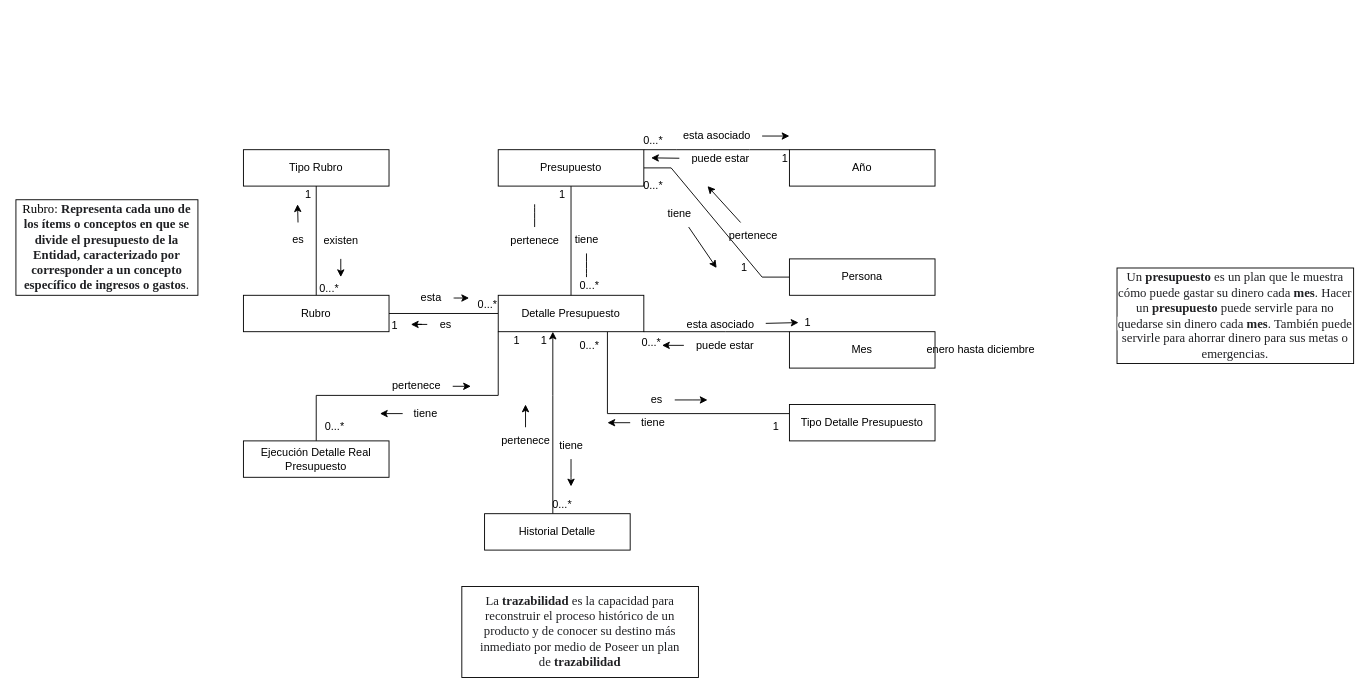
Before: Clase/Modelo de dominio/Modelo de dominio anemico/Modelo de dominio anemico (2).drawio in DOOPan2022/Presupuesto, a draw.io diagram. Source tidied: cells renumbered, new cells numbered last; positions are measured from the earlier drawing's top-left corner, leaving out a move shared by most shapes. Both pictures are drawn from the tidied source at 91%, with x=0, y=0 at pixel (15, 122).
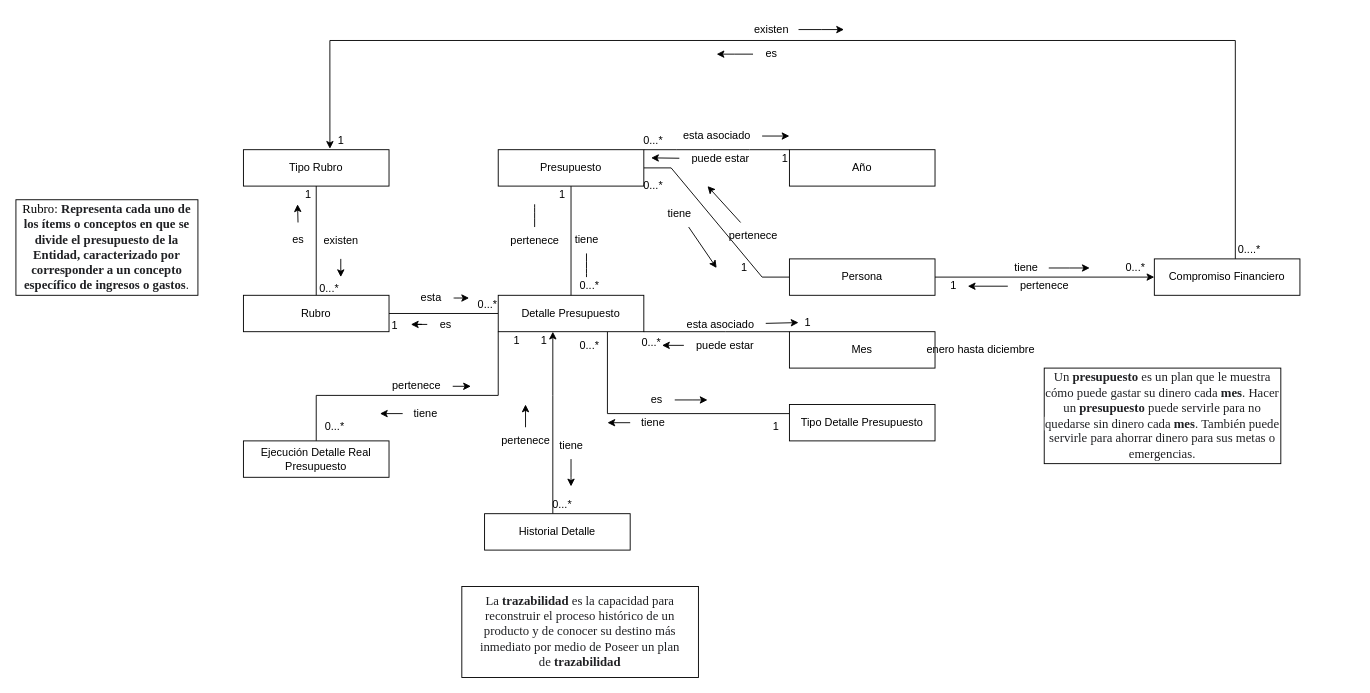
The same diagram, later.

Commit message:
Actualizar Modelo de dominio anemico.drawio

The change refers to these unchanged cells:
```xml
<mxCell id="2" value="Tipo Rubro" style="rounded=0;whiteSpace=wrap;html=1;" parent="1" vertex="1">
  <mxGeometry x="250" y="30" width="160" height="40" as="geometry" />
</mxCell>
<mxCell id="23" value="Persona" style="rounded=0;whiteSpace=wrap;html=1;" parent="1" vertex="1">
  <mxGeometry x="850" y="150" width="160" height="40" as="geometry" />
</mxCell>
```

The edit, as a diff of the source:
```diff
@@
+    <mxCell id="79" style="edgeStyle=orthogonalEdgeStyle;rounded=0;jettySize=auto;html=1;" parent="1" edge="1" source="23" target="81">
+      <mxGeometry relative="1" as="geometry" />
+    </mxCell>
@@
     <mxCell id="72" value="&lt;font style=&quot;font-size: 14px;&quot;&gt;&lt;span style=&quot;color: rgb(32, 33, 36); text-align: start; background-color: rgb(255, 255, 255);&quot;&gt;Un&amp;nbsp;&lt;/span&gt;&lt;b style=&quot;color: rgb(32, 33, 36); text-align: start; background-color: rgb(255, 255, 255);&quot;&gt;presupuesto&lt;/b&gt;&lt;span style=&quot;color: rgb(32, 33, 36); text-align: start; background-color: rgb(255, 255, 255);&quot;&gt;&amp;nbsp;es un plan que le muestra cómo puede gastar su dinero cada&amp;nbsp;&lt;/span&gt;&lt;b style=&quot;color: rgb(32, 33, 36); text-align: start; background-color: rgb(255, 255, 255);&quot;&gt;mes&lt;/b&gt;&lt;span style=&quot;color: rgb(32, 33, 36); text-align: start; background-color: rgb(255, 255, 255);&quot;&gt;. Hacer un&amp;nbsp;&lt;/span&gt;&lt;b style=&quot;color: rgb(32, 33, 36); text-align: start; background-color: rgb(255, 255, 255);&quot;&gt;presupuesto&lt;/b&gt;&lt;span style=&quot;color: rgb(32, 33, 36); text-align: start; background-color: rgb(255, 255, 255);&quot;&gt;&amp;nbsp;puede servirle para no quedarse sin dinero cada&amp;nbsp;&lt;/span&gt;&lt;b style=&quot;color: rgb(32, 33, 36); text-align: start; background-color: rgb(255, 255, 255);&quot;&gt;mes&lt;/b&gt;&lt;span style=&quot;color: rgb(32, 33, 36); text-align: start; background-color: rgb(255, 255, 255);&quot;&gt;. También puede servirle para ahorrar dinero para sus metas o emergencias.&lt;/span&gt;&lt;/font&gt;" style="rounded=0;whiteSpace=wrap;html=1;fontFamily=Times New Roman;fontSize=14;" parent="1" vertex="1">
-      <mxGeometry x="1210" y="160" width="260" height="105" as="geometry" />
+      <mxGeometry x="1130" y="270" width="260" height="105" as="geometry" />
     </mxCell>
@@
+    <mxCell id="80" style="edgeStyle=orthogonalEdgeStyle;rounded=0;jettySize=auto;html=1;entryX=0.594;entryY=-0.025;entryDx=0;entryDy=0;entryPerimeter=0;" parent="1" edge="1" source="81" target="2">
+      <mxGeometry relative="1" as="geometry">
+        <Array as="points">
+          <mxPoint x="1340" y="-90" />
+          <mxPoint x="345" y="-90" />
+        </Array>
+      </mxGeometry>
+    </mxCell>
+    <mxCell id="81" value="Compromiso Financiero" style="rounded=0;whiteSpace=wrap;html=1;" parent="1" vertex="1">
+      <mxGeometry x="1251" y="150" width="160" height="40" as="geometry" />
+    </mxCell>
+    <mxCell id="82" style="edgeStyle=orthogonalEdgeStyle;rounded=0;jettySize=auto;html=1;" parent="1" edge="1" source="83">
+      <mxGeometry relative="1" as="geometry">
+        <mxPoint x="1180" y="160" as="targetPoint" />
+      </mxGeometry>
+    </mxCell>
+    <mxCell id="83" value="tiene" style="text;html=1;align=center;verticalAlign=middle;points=[];strokeColor=none;fillColor=none;" parent="1" vertex="1">
+      <mxGeometry x="1085" y="145" width="50" height="30" as="geometry" />
+    </mxCell>
+    <mxCell id="84" style="edgeStyle=orthogonalEdgeStyle;rounded=0;jettySize=auto;html=1;entryX=1.033;entryY=0.5;entryDx=0;entryDy=0;entryPerimeter=0;" parent="1" edge="1" source="85" target="87">
+      <mxGeometry relative="1" as="geometry" />
+    </mxCell>
+    <mxCell id="85" value="pertenece" style="text;html=1;align=center;verticalAlign=middle;points=[];strokeColor=none;fillColor=none;" parent="1" vertex="1">
+      <mxGeometry x="1090" y="165" width="80" height="30" as="geometry" />
+    </mxCell>
+    <mxCell id="86" value="0...*" style="text;html=1;align=center;verticalAlign=middle;strokeColor=none;fillColor=none;" parent="1" vertex="1">
+      <mxGeometry x="1210" y="145" width="40" height="30" as="geometry" />
+    </mxCell>
+    <mxCell id="87" value="1" style="text;html=1;align=center;verticalAlign=middle;points=[];strokeColor=none;fillColor=none;" parent="1" vertex="1">
+      <mxGeometry x="1015" y="165" width="30" height="30" as="geometry" />
+    </mxCell>
+    <mxCell id="88" style="edgeStyle=orthogonalEdgeStyle;rounded=0;jettySize=auto;html=1;" parent="1" edge="1" source="89">
+      <mxGeometry relative="1" as="geometry">
+        <mxPoint x="910" y="-102" as="targetPoint" />
+      </mxGeometry>
+    </mxCell>
+    <mxCell id="89" value="existen" style="text;html=1;align=center;verticalAlign=middle;points=[];strokeColor=none;fillColor=none;" parent="1" vertex="1">
+      <mxGeometry x="800" y="-117" width="60" height="30" as="geometry" />
+    </mxCell>
+    <mxCell id="90" style="edgeStyle=orthogonalEdgeStyle;rounded=0;jettySize=auto;html=1;" parent="1" edge="1" source="91">
+      <mxGeometry relative="1" as="geometry">
+        <mxPoint x="770" y="-75" as="targetPoint" />
+      </mxGeometry>
+    </mxCell>
+    <mxCell id="91" value="es" style="text;html=1;align=center;verticalAlign=middle;points=[];strokeColor=none;fillColor=none;" parent="1" vertex="1">
+      <mxGeometry x="810" y="-90" width="40" height="30" as="geometry" />
+    </mxCell>
+    <mxCell id="92" value="0....*" style="text;html=1;align=center;verticalAlign=middle;strokeColor=none;fillColor=none;" parent="1" vertex="1">
+      <mxGeometry x="1330" y="125" width="50" height="30" as="geometry" />
+    </mxCell>
+    <mxCell id="93" value="1" style="text;html=1;align=center;verticalAlign=middle;strokeColor=none;fillColor=none;" parent="1" vertex="1">
+      <mxGeometry x="342" y="5" width="30" height="30" as="geometry" />
+    </mxCell>
```
